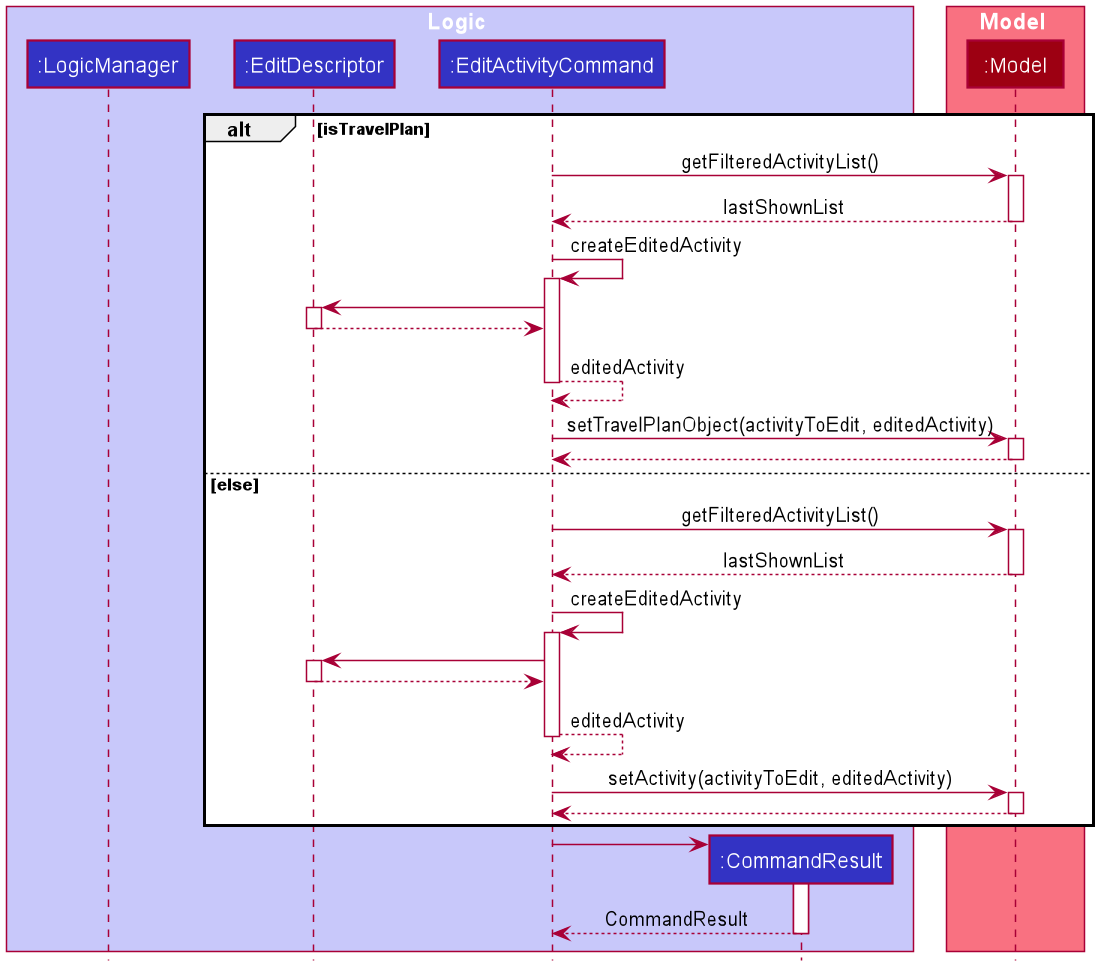
underthehai/tp keeps this PlantUML diagram as docs/images/EditSequenceRef.png. Above is the earlier version.
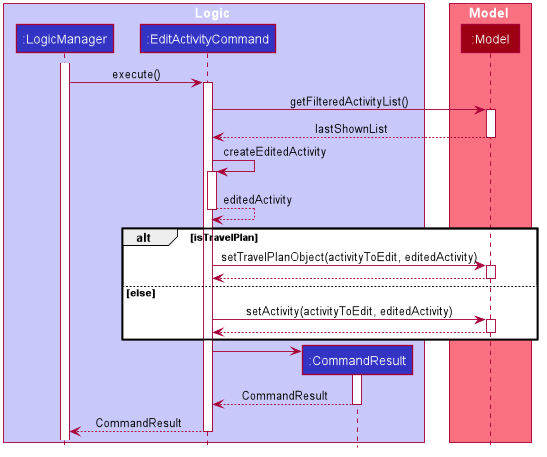
Above is the later version.

Commit message:
Replace Edit Sequence diagrams

What changed in the source:
```diff
@@ -51,7 +51,6 @@
 
 box Logic #C8C8FA
 participant ":LogicManager" as LogicManager #3333C4
-participant ":EditDescriptor" as EditDescriptor #3333C4
 participant ":EditActivityCommand" as EditActivityCommand #3333C4
 participant ":CommandResult" as CommandResult #3333C4
 end box
@@ -60,8 +59,13 @@
 participant ":Model" as Model #9D0012
 end box
 
+activate LogicManager
 
-    alt isTravelPlan
+LogicManager -> EditActivityCommand : execute()
+activate EditActivityCommand
+
+
+
 
     EditActivityCommand -> Model : getFilteredActivityList()
     activate Model
@@ -72,13 +76,12 @@
     EditActivityCommand -> EditActivityCommand : createEditedActivity
     activate EditActivityCommand
 
-    EditActivityCommand -> EditDescriptor
-    activate EditDescriptor
-    EditDescriptor --> EditActivityCommand
-    deactivate EditDescriptor
 
     EditActivityCommand --> EditActivityCommand : editedActivity
     deactivate EditActivityCommand
+
+
+    alt isTravelPlan
 
     EditActivityCommand -> Model: setTravelPlanObject(activityToEdit, editedActivity)
     activate Model
@@ -86,23 +89,6 @@
     deactivate Model
 
 else else
-
-    EditActivityCommand -> Model : getFilteredActivityList()
-    activate Model
-
-    Model --> EditActivityCommand: lastShownList
-    deactivate Model
-
-    EditActivityCommand -> EditActivityCommand : createEditedActivity
-    activate EditActivityCommand
-
-        EditActivityCommand -> EditDescriptor
-        activate EditDescriptor
-        EditDescriptor --> EditActivityCommand
-        deactivate EditDescriptor
-
-    EditActivityCommand --> EditActivityCommand : editedActivity
-    deactivate EditActivityCommand
 
     EditActivityCommand -> Model: setActivity(activityToEdit, editedActivity)
     activate Model
@@ -117,5 +103,7 @@
 
 CommandResult --> EditActivityCommand : CommandResult
 deactivate CommandResult
+EditActivityCommand --> LogicManager: CommandResult
+deactivate EditActivityCommand
 
 @enduml
```
